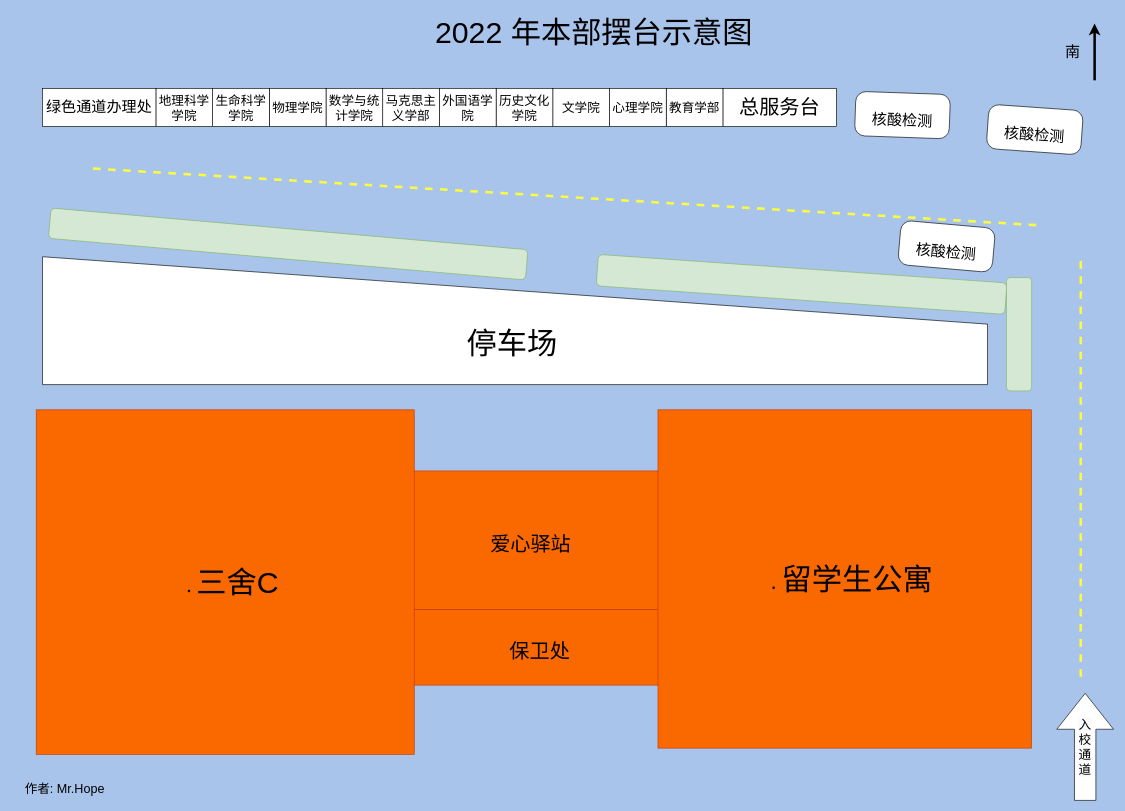
Above: img/check/benbu-check.drawio in inNENU/2023-resource (draw.io), before the change. Source tidied: cells renumbered, new cells numbered last; positions are measured from the earlier drawing's top-left corner, leaving out a move shared by most shapes. Both pictures are drawn from the tidied source at 63%, with x=0, y=0 at pixel (17, 11).
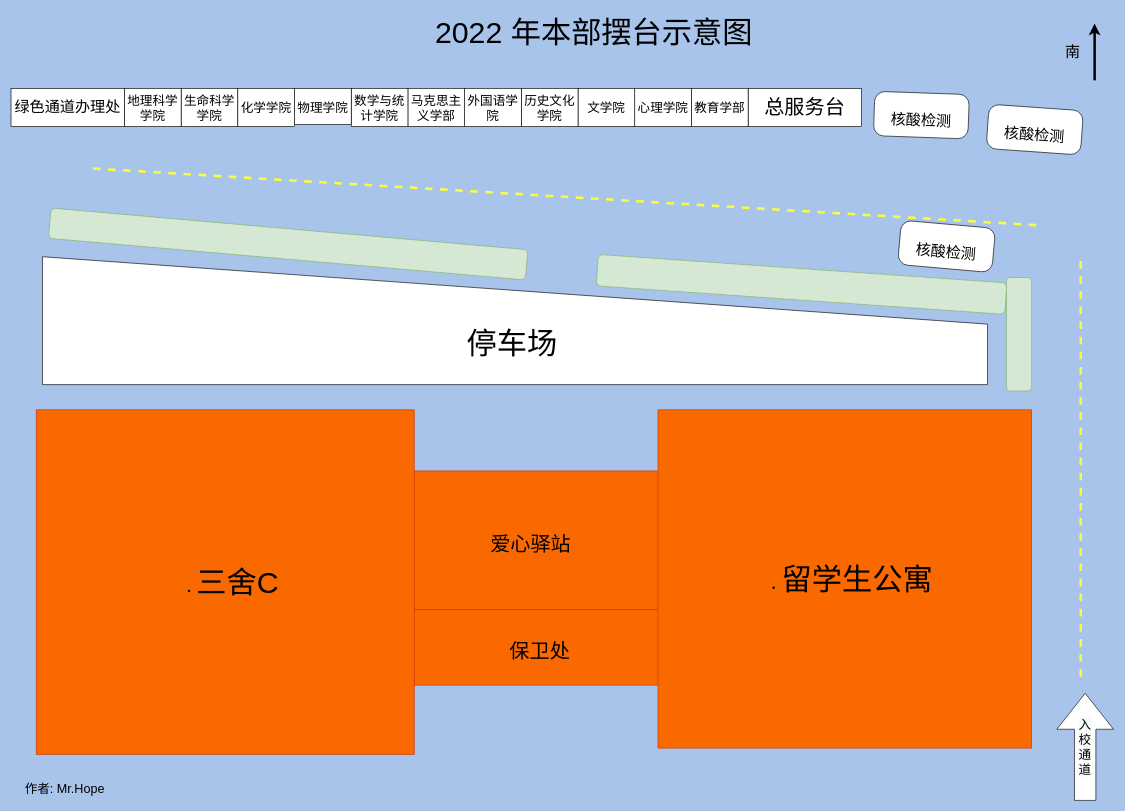
Above is the later version.

Change to the diagram source:
```diff
@@
     <mxCell id="6" value="总服务台" style="rounded=0;whiteSpace=wrap;html=1;fontSize=32;" parent="1" vertex="1">
-      <mxGeometry x="1120" y="123" width="180" height="60" as="geometry" />
+      <mxGeometry x="1160" y="123" width="180" height="60" as="geometry" />
     </mxCell>
     <mxCell id="7" value="教育学部" style="rounded=0;whiteSpace=wrap;html=1;fontSize=20;" parent="1" vertex="1">
-      <mxGeometry x="1030" y="123" width="90" height="60" as="geometry" />
+      <mxGeometry x="1070" y="123" width="90" height="60" as="geometry" />
     </mxCell>
     <mxCell id="8" value="心理学院" style="rounded=0;whiteSpace=wrap;html=1;fontSize=20;" parent="1" vertex="1">
-      <mxGeometry x="940" y="123" width="90" height="60" as="geometry" />
+      <mxGeometry x="980" y="123" width="90" height="60" as="geometry" />
     </mxCell>
     <mxCell id="9" value="文学院" style="rounded=0;whiteSpace=wrap;html=1;fontSize=20;" parent="1" vertex="1">
-      <mxGeometry x="850" y="123" width="90" height="60" as="geometry" />
+      <mxGeometry x="890" y="123" width="90" height="60" as="geometry" />
     </mxCell>
     <mxCell id="10" value="历史文化学院" style="rounded=0;whiteSpace=wrap;html=1;fontSize=20;" parent="1" vertex="1">
-      <mxGeometry x="760" y="123" width="90" height="60" as="geometry" />
+      <mxGeometry x="800" y="123" width="90" height="60" as="geometry" />
     </mxCell>
     <mxCell id="11" value="外国语学院" style="rounded=0;whiteSpace=wrap;html=1;fontSize=20;" parent="1" vertex="1">
-      <mxGeometry x="670" y="123" width="90" height="60" as="geometry" />
+      <mxGeometry x="710" y="123" width="90" height="60" as="geometry" />
     </mxCell>
     <mxCell id="12" value="马克思主义学部" style="rounded=0;whiteSpace=wrap;html=1;fontSize=20;" parent="1" vertex="1">
-      <mxGeometry x="580" y="123" width="90" height="60" as="geometry" />
+      <mxGeometry x="620" y="123" width="90" height="60" as="geometry" />
     </mxCell>
     <mxCell id="13" value="数学与统计学院" style="rounded=0;whiteSpace=wrap;html=1;fontSize=20;" parent="1" vertex="1">
-      <mxGeometry x="490" y="123" width="90" height="60" as="geometry" />
+      <mxGeometry x="530" y="123" width="90" height="60" as="geometry" />
     </mxCell>
     <mxCell id="14" value="物理学院" style="rounded=0;whiteSpace=wrap;html=1;fontSize=20;" parent="1" vertex="1">
-      <mxGeometry x="400" y="123" width="90" height="60" as="geometry" />
+      <mxGeometry x="440" y="123" width="90" height="57" as="geometry" />
     </mxCell>
     <mxCell id="15" value="生命科学学院" style="rounded=0;whiteSpace=wrap;html=1;fontSize=20;" parent="1" vertex="1">
-      <mxGeometry x="310" y="123" width="90" height="60" as="geometry" />
+      <mxGeometry x="260" y="123" width="90" height="60" as="geometry" />
     </mxCell>
     <mxCell id="16" value="地理科学学院" style="rounded=0;whiteSpace=wrap;html=1;fontSize=20;" parent="1" vertex="1">
-      <mxGeometry x="220" y="123" width="90" height="60" as="geometry" />
+      <mxGeometry x="170" y="123" width="90" height="60" as="geometry" />
     </mxCell>
     <mxCell id="17" value="绿色通道办理处" style="rounded=0;whiteSpace=wrap;html=1;fontSize=24;" parent="1" vertex="1">
-      <mxGeometry x="40" y="123" width="180" height="60" as="geometry" />
+      <mxGeometry x="-10" y="123" width="180" height="60" as="geometry" />
     </mxCell>
@@
     <mxCell id="32" value="&lt;font style=&quot;font-size: 24px;&quot;&gt;核酸检测&lt;/font&gt;" style="rounded=1;whiteSpace=wrap;html=1;fontSize=48;rotation=2;arcSize=23;" parent="1" vertex="1">
-      <mxGeometry x="1330" y="130" width="150" height="70.4" as="geometry" />
+      <mxGeometry x="1360" y="130" width="150" height="70.4" as="geometry" />
     </mxCell>
+    <mxCell id="33" value="化学学院" style="rounded=0;whiteSpace=wrap;html=1;fontSize=20;" parent="1" vertex="1">
+      <mxGeometry x="350" y="123" width="90" height="60" as="geometry" />
+    </mxCell>
```
